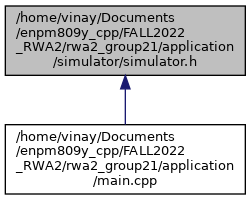
Above: docs/simulator_8h__dep__incl.png in darshit-desai/Maze-Solver-simulation-using-Wall-Following-Algorithm-OOP (Graphviz), before the change. Its source is kept beside it as docs/simulator_8h__dep__incl.dot.
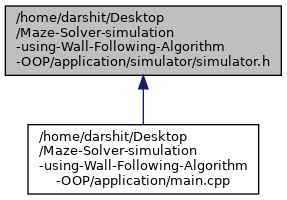
Above is the later version.

The edit, as a diff of the source:
```diff
@@ -1,8 +1,9 @@
-digraph "application/simulator/simulator.h"
+digraph "D:/Maze-Solver-simulation-using-Wall-Following-Algorithm-OOP/application/simulator/simulator.h"
 {
-  edge [fontname="Helvetica",fontsize="10",labelfontname="Helvetica",labelfontsize="10"];
-  node [fontname="Helvetica",fontsize="10",shape=record];
-  Node1 [label="application/simulator\l/simulator.h",height=0.2,width=0.4,color="black", fillcolor="grey75", style="filled", fontcolor="black",tooltip="Functions to control the robot and get information on the maze."];
-  Node1 -> Node2 [dir="back",color="midnightblue",fontsize="10",style="solid",fontname="Helvetica"];
-  Node2 [label="application/main.cpp",height=0.2,width=0.4,color="black", fillcolor="white", style="filled",URL="$main_8cpp.html",tooltip="This is the main class which is built in the Simulator and used to call all other classes."];
+  bgcolor="transparent";
+  edge [fontname=Helvetica,fontsize=10,labelfontname=Helvetica,labelfontsize=10];
+  node [fontname=Helvetica,fontsize=10,shape=box,height=0.2,width=0.4];
+  Node1 [id="Node000001",label="D:/Maze-Solver-simulation\l-using-Wall-Following-Algorithm\l-OOP/application/simulator/simulator.h",height=0.2,width=0.4,color="gray40", fillcolor="grey60", style="filled", fontcolor="black",tooltip="Functions to control the robot and get information on the maze."];
+  Node1 -> Node2 [id="edge1_Node000001_Node000002",dir="back",color="steelblue1",style="solid",tooltip=" "];
+  Node2 [id="Node000002",label="D:/Maze-Solver-simulation\l-using-Wall-Following-Algorithm\l-OOP/application/main.cpp",height=0.2,width=0.4,color="grey40", fillcolor="white", style="filled",URL="$main_8cpp.html",tooltip="This is the main class which is built in the Simulator and used to call all other classes."];
 }
```
